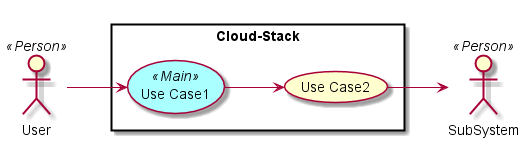
The PlantUML diagram docs/Solution/Cloud-Stack/UseCases.png in CAADE/fleet, before a commit. Its diagram source:
```plantuml
@startuml

left to right direction

skinparam usecase {
  BackgroudnColor #ffffaa
  BackgroundColor<<Main>> #aaffff
}
actor :User: <<Person>>
actor :SubSystem: <<Person>>


rectangle "Cloud-Stack" {
UseCase UC1 <<Main>> as "Use Case1"
UseCase UC2  as "Use Case2"


User --> UC1
UC1 --> UC2
UC2 --> SubSystem
}

@enduml
```
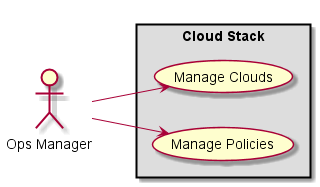
After the change.

Commit message:
Document Application Stack

The edit, as a diff of the source:
```diff
@@ -2,22 +2,13 @@
 
 left to right direction
 
-skinparam usecase {
-  BackgroudnColor #ffffaa
-  BackgroundColor<<Main>> #aaffff
-}
-actor :User: <<Person>>
-actor :SubSystem: <<Person>>
+actor :Ops Manager: as Ops
 
-
-rectangle "Cloud-Stack" {
-UseCase UC1 <<Main>> as "Use Case1"
-UseCase UC2  as "Use Case2"
-
-
-User --> UC1
-UC1 --> UC2
-UC2 --> SubSystem
+rectangle "Cloud Stack" #dddddd {
+    UseCase UC1 as "Manage Clouds"
+    UseCase UC2  as "Manage Policies"
 }
 
+Ops --> UC1
+Ops --> UC2
 @enduml
```
